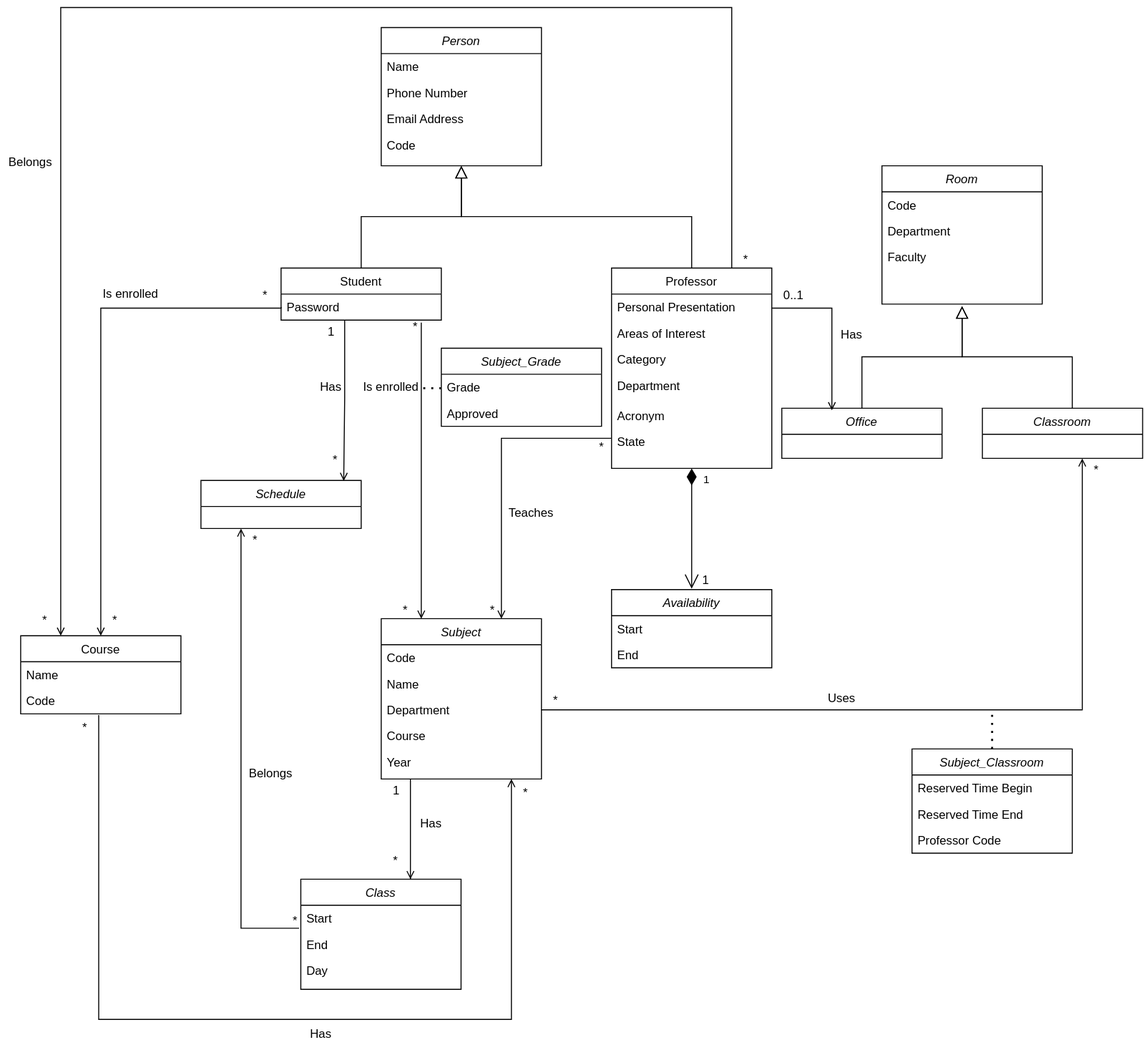
Before: docs/diagrams/SigarraIO_UML.svg, a diagram exported from draw.io (LEIC-ES-2021-22/2LEIC15T1). Source tidied: cells renumbered, new cells last; positions are measured from the earlier drawing's top-left corner, leaving out a move shared by most shapes.
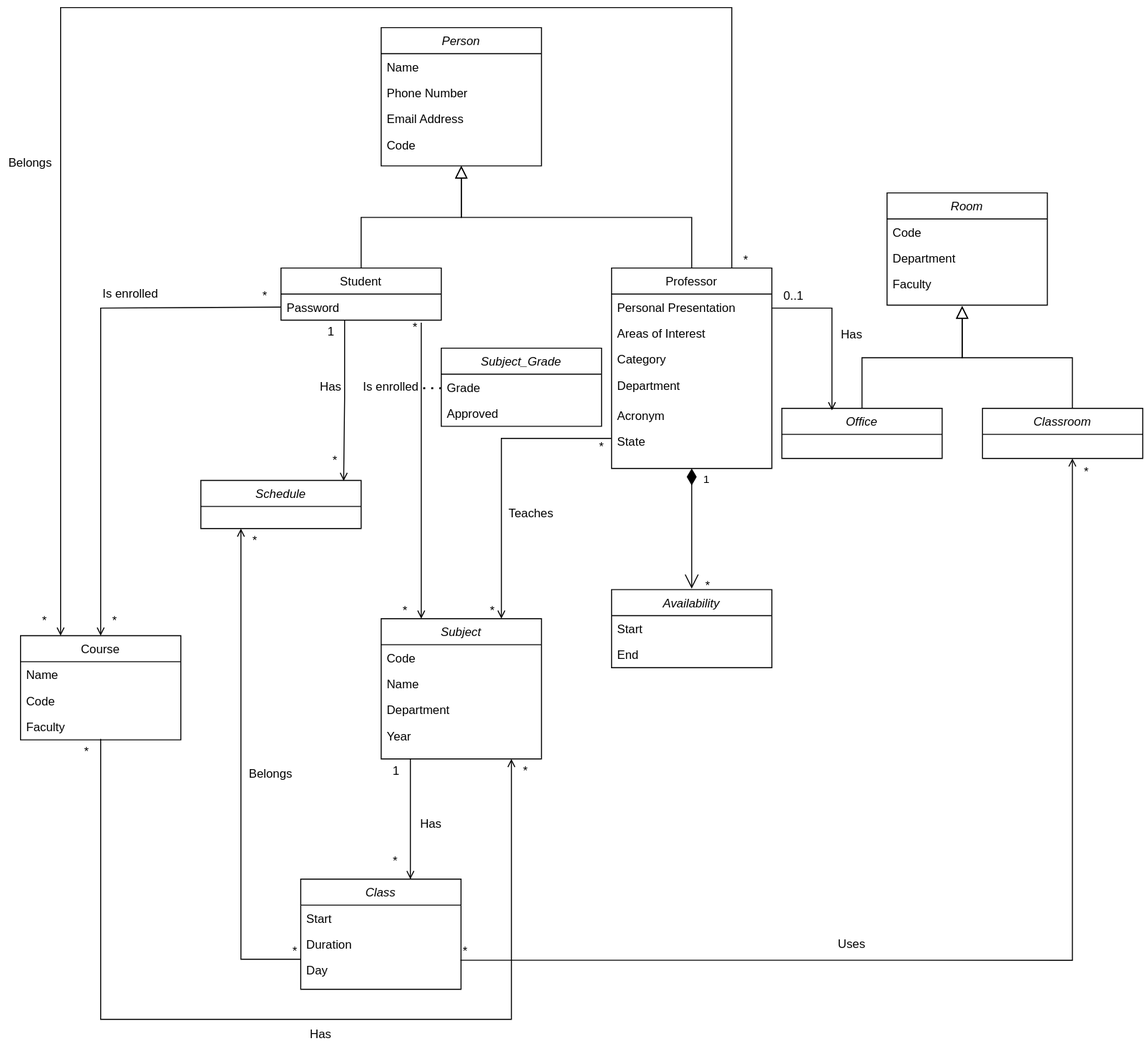
After the change.

Change to the diagram source:
```diff
@@ -51,7 +51,7 @@
       <mxGeometry relative="1" as="geometry" />
     </mxCell>
     <mxCell id="18" value="Subject&#10;&#10;" style="swimlane;fontStyle=2;align=center;verticalAlign=top;horizontal=1;startSize=26;rounded=0;shadow=0;strokeWidth=1;" parent="1" vertex="1">
-      <mxGeometry x="410" y="630" width="160" height="160" as="geometry" />
+      <mxGeometry x="410" y="630" width="160" height="140" as="geometry" />
     </mxCell>
     <mxCell id="19" value="Code" style="text;align=left;verticalAlign=top;spacingLeft=4;spacingRight=4;overflow=hidden;" parent="18" vertex="1">
       <mxGeometry y="26" width="160" height="26" as="geometry" />
@@ -62,11 +62,8 @@
     <mxCell id="21" value="Department" style="text;align=left;verticalAlign=top;spacingLeft=4;spacingRight=4;overflow=hidden;points=[[0,0.5],[1,0.5]];portConstraint=eastwest;" parent="18" vertex="1">
       <mxGeometry y="78" width="160" height="26" as="geometry" />
     </mxCell>
-    <mxCell id="22" value="Course" style="text;align=left;verticalAlign=top;spacingLeft=4;spacingRight=4;overflow=hidden;" parent="18" vertex="1">
-      <mxGeometry y="104" width="160" height="26" as="geometry" />
-    </mxCell>
     <mxCell id="23" value="Year" style="text;align=left;verticalAlign=top;spacingLeft=4;spacingRight=4;overflow=hidden;" parent="18" vertex="1">
-      <mxGeometry y="130" width="160" height="26" as="geometry" />
+      <mxGeometry y="104" width="160" height="26" as="geometry" />
     </mxCell>
     <mxCell id="24" style="endArrow=open;shadow=0;strokeWidth=1;rounded=0;endFill=1;edgeStyle=elbowEdgeStyle;elbow=vertical;exitX=0.875;exitY=1.096;exitDx=0;exitDy=0;exitPerimeter=0;" parent="1" edge="1" target="18">
       <mxGeometry x="0.5" y="41" relative="1" as="geometry">
@@ -105,35 +102,9 @@
     <mxCell id="30" value="0..1" style="align=left;verticalAlign=bottom;labelBackgroundColor=none;fontSize=12;" parent="1" vertex="1">
       <mxGeometry x="810" y="316" as="geometry" />
     </mxCell>
-    <mxCell id="31" style="endArrow=open;shadow=0;strokeWidth=1;rounded=0;endFill=1;edgeStyle=elbowEdgeStyle;elbow=vertical;exitX=1;exitY=0.5;exitDx=0;exitDy=0;" parent="1" edge="1" source="21">
-      <mxGeometry x="0.5" y="41" relative="1" as="geometry">
-        <mxPoint x="1110" y="470" as="targetPoint" />
-        <Array as="points">
-          <mxPoint x="850" y="721" />
-        </Array>
-        <mxPoint x="-40" y="32" as="offset" />
-      </mxGeometry>
-    </mxCell>
     <mxCell id="32" value="*" style="align=left;verticalAlign=bottom;labelBackgroundColor=none;fontSize=12;" parent="1" vertex="1">
-      <mxGeometry x="1120" y="490" as="geometry" />
+      <mxGeometry x="1110" y="492" as="geometry" />
     </mxCell>
-    <mxCell id="33" style="endArrow=none;dashed=1;html=1;dashPattern=1 3;strokeWidth=2;rounded=0;exitX=0.5;exitY=0;exitDx=0;exitDy=0;" parent="1" edge="1" source="34">
-      <mxGeometry relative="1" as="geometry">
-        <mxPoint x="1020" y="720" as="targetPoint" />
-      </mxGeometry>
-    </mxCell>
-    <mxCell id="34" value="Subject_Classroom" style="swimlane;fontStyle=2;align=center;verticalAlign=top;horizontal=1;startSize=26;rounded=0;shadow=0;strokeWidth=1;glass=0;" parent="1" vertex="1">
-      <mxGeometry x="940" y="760" width="160" height="104" as="geometry" />
-    </mxCell>
-    <mxCell id="35" value="Reserved Time Begin&#10;" style="text;align=left;verticalAlign=top;spacingLeft=4;spacingRight=4;overflow=hidden;" parent="34" vertex="1">
-      <mxGeometry y="26" width="160" height="26" as="geometry" />
-    </mxCell>
-    <mxCell id="36" value="Reserved Time End" style="text;align=left;verticalAlign=top;spacingLeft=4;spacingRight=4;overflow=hidden;" parent="34" vertex="1">
-      <mxGeometry y="52" width="160" height="26" as="geometry" />
-    </mxCell>
-    <mxCell id="37" value="Professor Code" style="text;align=left;verticalAlign=top;spacingLeft=4;spacingRight=4;overflow=hidden;rounded=0;shadow=0;html=0;" parent="34" vertex="1">
-      <mxGeometry y="78" width="160" height="26" as="geometry" />
-    </mxCell>
     <mxCell id="38" style="align=left;verticalAlign=bottom;labelBackgroundColor=none;fontSize=12;" parent="1" vertex="1">
       <mxGeometry x="540" y="810" as="geometry" />
     </mxCell>
@@ -165,7 +136,7 @@
       </mxGeometry>
     </mxCell>
     <mxCell id="46" value="Room" style="swimlane;fontStyle=2;align=center;verticalAlign=top;horizontal=1;startSize=26;rounded=0;shadow=0;strokeWidth=1;" parent="1" vertex="1">
-      <mxGeometry x="910" y="178" width="160" height="138" as="geometry" />
+      <mxGeometry x="915" y="205" width="160" height="112" as="geometry" />
     </mxCell>
     <mxCell id="47" value="Code    " style="text;align=left;verticalAlign=top;spacingLeft=4;spacingRight=4;overflow=hidden;" parent="46" vertex="1">
       <mxGeometry y="26" width="160" height="26" as="geometry" />
@@ -182,7 +153,7 @@
       </mxGeometry>
     </mxCell>
     <mxCell id="51" value="*" style="align=left;verticalAlign=bottom;labelBackgroundColor=none;fontSize=12;" parent="1" vertex="1">
-      <mxGeometry x="580" y="720" as="geometry" />
+      <mxGeometry x="490" y="970" as="geometry" />
     </mxCell>
     <mxCell id="52" style="endArrow=open;shadow=0;strokeWidth=1;rounded=0;endFill=1;edgeStyle=elbowEdgeStyle;elbow=vertical;entryX=0.75;entryY=0;entryDx=0;entryDy=0;" parent="1" edge="1" target="18">
       <mxGeometry x="0.5" y="41" relative="1" as="geometry">
@@ -195,7 +166,7 @@
       </mxGeometry>
     </mxCell>
     <mxCell id="53" value="Course&#10;" style="swimlane;fontStyle=0;align=center;verticalAlign=top;horizontal=1;startSize=26;rounded=0;shadow=0;strokeWidth=1;" parent="1" vertex="1">
-      <mxGeometry x="50" y="647" width="160" height="78" as="geometry" />
+      <mxGeometry x="50" y="647" width="160" height="104" as="geometry" />
     </mxCell>
     <mxCell id="54" value="Name" style="text;align=left;verticalAlign=top;spacingLeft=4;spacingRight=4;overflow=hidden;" parent="53" vertex="1">
       <mxGeometry y="26" width="160" height="26" as="geometry" />
@@ -203,6 +174,9 @@
     <mxCell id="55" value="Code" style="text;align=left;verticalAlign=top;spacingLeft=4;spacingRight=4;overflow=hidden;points=[[0,0.5],[1,0.5]];portConstraint=eastwest;rounded=0;shadow=0;html=0;" parent="53" vertex="1">
       <mxGeometry y="52" width="160" height="26" as="geometry" />
     </mxCell>
+    <mxCell id="97" value="Faculty" style="text;align=left;verticalAlign=top;spacingLeft=4;spacingRight=4;overflow=hidden;rounded=0;shadow=0;html=0;" parent="53" vertex="1">
+      <mxGeometry y="78" width="160" height="26" as="geometry" />
+    </mxCell>
     <mxCell id="56" style="endArrow=open;shadow=0;strokeWidth=1;rounded=0;endFill=1;edgeStyle=elbowEdgeStyle;elbow=vertical;exitX=0;exitY=0.5;exitDx=0;exitDy=0;entryX=0.5;entryY=0;entryDx=0;entryDy=0;" parent="1" edge="1" source="8" target="53">
       <mxGeometry x="0.5" y="41" relative="1" as="geometry">
         <Array as="points">
@@ -228,7 +202,7 @@
         <mxPoint x="439.2" y="890" as="sourcePoint" />
         <mxPoint x="439.2" y="890" as="targetPoint" />
         <Array as="points">
-          <mxPoint x="439.5" y="790" />
+          <mxPoint x="439" y="770" />
         </Array>
         <mxPoint x="-40" y="32" as="offset" />
       </mxGeometry>
@@ -244,7 +218,7 @@
     <mxCell id="62" value="Start" style="text;align=left;verticalAlign=top;spacingLeft=4;spacingRight=4;overflow=hidden;points=[[0,0.5],[1,0.5]];portConstraint=eastwest;" parent="61" vertex="1">
       <mxGeometry y="26" width="160" height="26" as="geometry" />
     </mxCell>
-    <mxCell id="63" value="End" style="text;align=left;verticalAlign=top;spacingLeft=4;spacingRight=4;overflow=hidden;rounded=0;shadow=0;html=0;" parent="61" vertex="1">
+    <mxCell id="63" value="Duration" style="text;align=left;verticalAlign=top;spacingLeft=4;spacingRight=4;overflow=hidden;rounded=0;shadow=0;html=0;" parent="61" vertex="1">
       <mxGeometry y="52" width="160" height="26" as="geometry" />
     </mxCell>
     <mxCell id="64" value="Day" style="text;align=left;verticalAlign=top;spacingLeft=4;spacingRight=4;overflow=hidden;points=[[0,0.5],[1,0.5]];portConstraint=eastwest;" parent="61" vertex="1">
@@ -254,12 +228,13 @@
       <mxGeometry x="459.7" y="1010" as="geometry" />
     </mxCell>
     <mxCell id="66" value="1" style="align=left;verticalAlign=bottom;labelBackgroundColor=none;fontSize=12;" parent="1" vertex="1">
-      <mxGeometry x="420" y="810" as="geometry" />
+      <mxGeometry x="420" y="790" as="geometry" />
     </mxCell>
-    <mxCell id="67" style="endArrow=open;shadow=0;strokeWidth=1;rounded=0;endFill=1;edgeStyle=elbowEdgeStyle;elbow=vertical;exitX=-0.011;exitY=0.883;exitDx=0;exitDy=0;exitPerimeter=0;entryX=0.25;entryY=1;entryDx=0;entryDy=0;" parent="1" edge="1" source="62" target="80">
+    <mxCell id="67" style="endArrow=open;shadow=0;strokeWidth=1;rounded=0;endFill=1;edgeStyle=elbowEdgeStyle;elbow=vertical;entryX=0.25;entryY=1;entryDx=0;entryDy=0;" parent="1" edge="1" target="80">
       <mxGeometry x="0.5" y="41" relative="1" as="geometry">
+        <mxPoint x="330" y="970" as="sourcePoint" />
         <Array as="points">
-          <mxPoint x="330" y="939" />
+          <mxPoint x="300" y="970" />
           <mxPoint x="340" y="828" />
         </Array>
         <mxPoint x="-40" y="32" as="offset" />
@@ -267,7 +242,7 @@
     </mxCell>
     <mxCell id="68" value="*" style="align=left;verticalAlign=bottom;labelBackgroundColor=none;fontSize=12;" parent="67" vertex="1">
       <mxGeometry x="-1" relative="1" as="geometry">
-        <mxPoint x="-8" y="1" as="offset" />
+        <mxPoint x="-10" as="offset" />
       </mxGeometry>
     </mxCell>
     <mxCell id="69" value="*" style="align=left;verticalAlign=bottom;labelBackgroundColor=none;fontSize=12;" parent="1" vertex="1">
@@ -294,7 +269,7 @@
       </mxGeometry>
     </mxCell>
     <mxCell id="75" value="Uses" style="text;html=1;strokeColor=none;fillColor=none;align=center;verticalAlign=middle;whiteSpace=wrap;rounded=0;" parent="1" vertex="1">
-      <mxGeometry x="840" y="695" width="60" height="30" as="geometry" />
+      <mxGeometry x="850" y="940" width="60" height="30" as="geometry" />
     </mxCell>
     <mxCell id="76" value="Has" style="text;html=1;strokeColor=none;fillColor=none;align=center;verticalAlign=middle;whiteSpace=wrap;rounded=0;" parent="1" vertex="1">
       <mxGeometry x="429.7" y="820" width="60" height="30" as="geometry" />
@@ -322,9 +297,10 @@
     <mxCell id="82" value="Is enrolled" style="text;html=1;strokeColor=none;fillColor=none;align=center;verticalAlign=middle;whiteSpace=wrap;rounded=0;" parent="1" vertex="1">
       <mxGeometry x="130" y="291" width="60" height="30" as="geometry" />
     </mxCell>
-    <mxCell id="83" style="endArrow=open;shadow=0;strokeWidth=1;rounded=0;endFill=1;edgeStyle=elbowEdgeStyle;elbow=vertical;exitX=0.487;exitY=1.045;exitDx=0;exitDy=0;exitPerimeter=0;" parent="1" edge="1" source="55">
+    <mxCell id="83" style="endArrow=open;shadow=0;strokeWidth=1;rounded=0;endFill=1;edgeStyle=elbowEdgeStyle;elbow=vertical;" parent="1" edge="1">
       <mxGeometry x="0.5" y="41" relative="1" as="geometry">
-        <mxPoint x="540" y="790" as="targetPoint" />
+        <mxPoint x="130" y="750" as="sourcePoint" />
+        <mxPoint x="540" y="770" as="targetPoint" />
         <Array as="points">
           <mxPoint x="390" y="1030" />
           <mxPoint x="210" y="1071" />
@@ -339,7 +315,7 @@
       </mxGeometry>
     </mxCell>
     <mxCell id="85" value="*" style="align=left;verticalAlign=bottom;labelBackgroundColor=none;fontSize=12;" parent="1" vertex="1">
-      <mxGeometry x="550" y="812" as="geometry" />
+      <mxGeometry x="550" y="790" as="geometry" />
     </mxCell>
     <mxCell id="86" style="endArrow=open;shadow=0;strokeWidth=1;rounded=0;endFill=1;edgeStyle=elbowEdgeStyle;elbow=vertical;entryX=0.25;entryY=0;entryDx=0;entryDy=0;exitX=0.75;exitY=0;exitDx=0;exitDy=0;" parent="1" edge="1" source="10" target="53">
       <mxGeometry x="0.5" y="41" relative="1" as="geometry">
@@ -370,11 +346,6 @@
     <mxCell id="92" value="Belongs" style="text;html=1;strokeColor=none;fillColor=none;align=center;verticalAlign=middle;whiteSpace=wrap;rounded=0;" parent="1" vertex="1">
       <mxGeometry x="30" y="160" width="60" height="30" as="geometry" />
     </mxCell>
-    <mxCell id="93" value="1" style="align=left;verticalAlign=bottom;labelBackgroundColor=none;fontSize=12;" parent="1" vertex="1">
-      <mxGeometry x="724" y="593" as="geometry">
-        <mxPoint x="5" y="7" as="offset" />
-      </mxGeometry>
-    </mxCell>
     <mxCell id="94" value="Has" style="text;html=1;strokeColor=none;fillColor=none;align=center;verticalAlign=middle;whiteSpace=wrap;rounded=0;" parent="1" vertex="1">
       <mxGeometry x="850" y="332" width="60" height="30" as="geometry" />
     </mxCell>
@@ -389,5 +360,20 @@
         </Array>
       </mxGeometry>
     </mxCell>
+    <mxCell id="98" style="endArrow=open;shadow=0;strokeWidth=1;rounded=0;endFill=1;edgeStyle=elbowEdgeStyle;elbow=vertical;exitX=0.996;exitY=0.115;exitDx=0;exitDy=0;exitPerimeter=0;" parent="1" edge="1" source="64">
+      <mxGeometry x="0.5" y="41" relative="1" as="geometry">
+        <mxPoint x="1100" y="470" as="targetPoint" />
+        <Array as="points">
+          <mxPoint x="780" y="971" />
+          <mxPoint x="1210.3" y="970" />
+        </Array>
+        <mxPoint x="-40" y="32" as="offset" />
+      </mxGeometry>
+    </mxCell>
+    <mxCell id="99" value="*" style="align=left;verticalAlign=bottom;labelBackgroundColor=none;fontSize=12;" parent="1" vertex="1">
+      <mxGeometry x="560" y="810" as="geometry">
+        <mxPoint x="172" y="-205" as="offset" />
+      </mxGeometry>
+    </mxCell>
   </root>
 </mxGraphModel>
```
